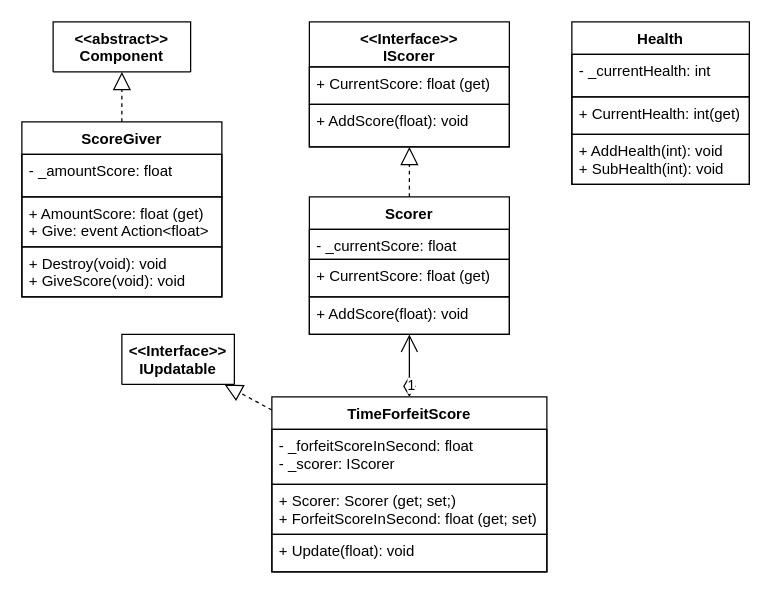
Kkamikadzee/Asteroids keeps this draw.io diagram as page "Score" (8 of 9) of Other/Diagrams/Model/Model.drawio. Above is the earlier version. Source tidied: cells renumbered, new cells numbered last; positions are measured from the earlier drawing's top-left corner, leaving out a move shared by most shapes. Both pictures are drawn from the tidied source at 125%, with x=0, y=0 at pixel (21, 21).
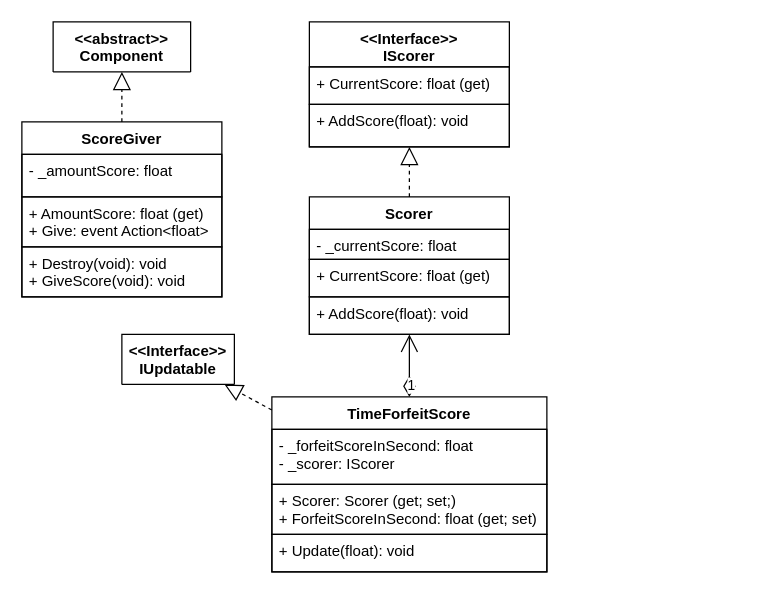
The same diagram, later.

What changed in the source:
```diff
@@
-    <mxCell id="14" value="Health" style="swimlane;fontStyle=1;align=center;verticalAlign=top;horizontal=1;startSize=26;spacing=2;" parent="1" vertex="1">
-      <mxGeometry x="440" width="142" height="130" as="geometry" />
-    </mxCell>
-    <mxCell id="15" value="- _currentHealth: int" style="text;fillColor=none;align=left;verticalAlign=top;spacingLeft=4;spacingRight=4;overflow=hidden;strokeColor=#000000;" parent="14" vertex="1">
-      <mxGeometry y="26" width="142" height="34" as="geometry" />
-    </mxCell>
-    <mxCell id="16" value="+ CurrentHealth: int(get)&#10;" style="text;fillColor=none;align=left;verticalAlign=top;spacingLeft=4;spacingRight=4;overflow=hidden;strokeColor=#000000;" parent="14" vertex="1">
-      <mxGeometry y="60" width="142" height="30" as="geometry" />
-    </mxCell>
-    <mxCell id="17" value="+ AddHealth(int): void&#10;+ SubHealth(int): void" style="text;fillColor=none;align=left;verticalAlign=top;spacingLeft=4;spacingRight=4;overflow=hidden;strokeColor=#000000;" parent="14" vertex="1">
-      <mxGeometry y="90" width="142" height="40" as="geometry" />
-    </mxCell>
```
